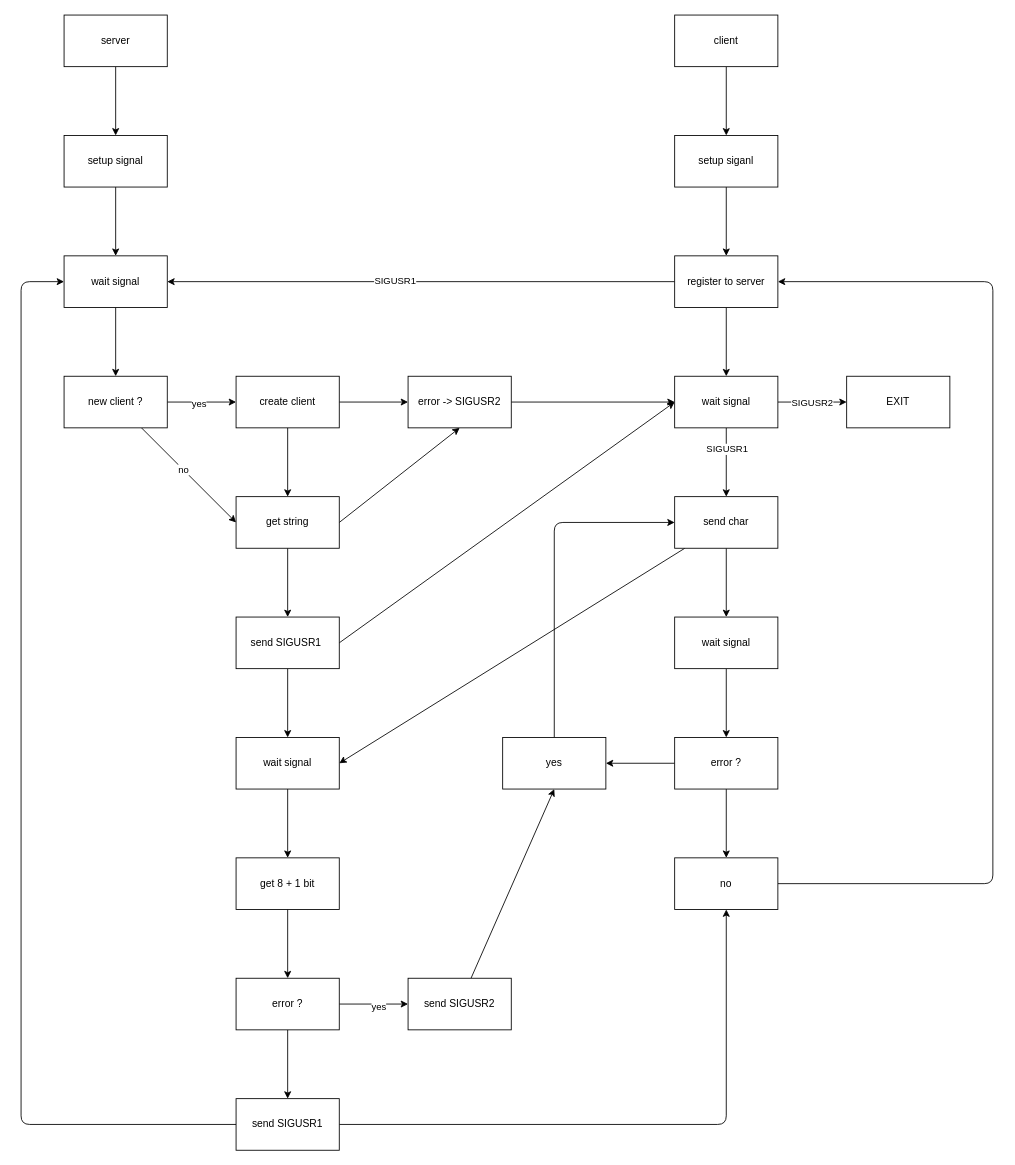
The draw.io diagram rank-2/minitalk/V2/minitalk.drawio in Chahalor/40-to-home, before the edit. Source tidied: cells renumbered, new cells numbered last; positions are measured from the earlier drawing's top-left corner, leaving out a move shared by most shapes. Both pictures are drawn from the tidied source at 86%, with x=0, y=0 at pixel (21, 15).
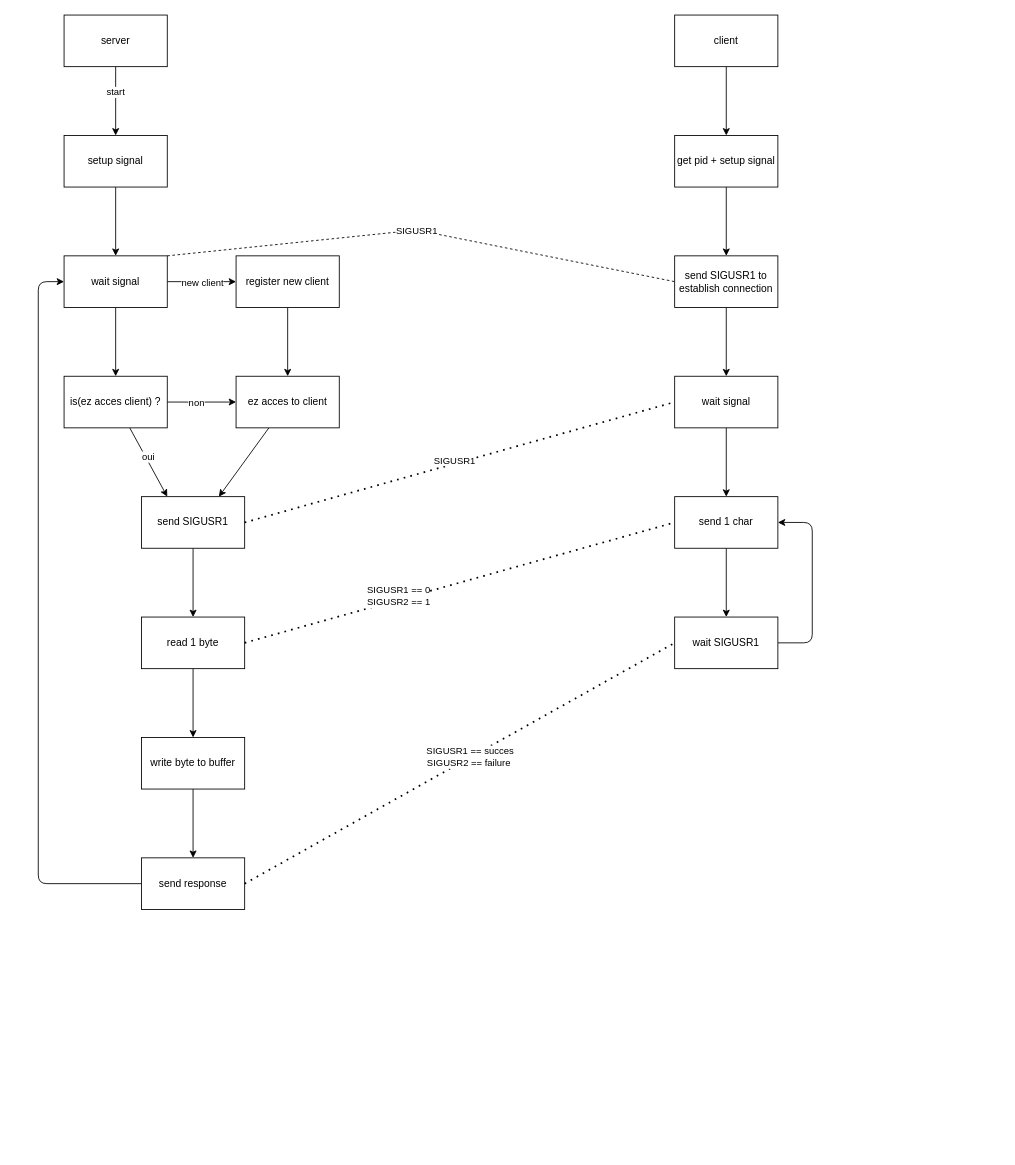
Above is the later version.

Unchanged cells that the change refers to:
```xml
<mxCell id="2" style="edgeStyle=none;html=1;" parent="1" edge="1" source="3" target="5">
  <mxGeometry relative="1" as="geometry" />
</mxCell>
<mxCell id="5" value="setup signal" style="whiteSpace=wrap;html=1;rounded=0;" parent="1" vertex="1">
  <mxGeometry x="50" y="140" width="120" height="60" as="geometry" />
</mxCell>
<mxCell id="9" value="client" style="rounded=0;whiteSpace=wrap;html=1;" parent="1" vertex="1">
  <mxGeometry x="760" width="120" height="60" as="geometry" />
</mxCell>
```

Change to the diagram source:
```diff
@@
+    <mxCell id="63" value="start" style="edgeLabel;html=1;align=center;verticalAlign=middle;" parent="2" vertex="1">
+      <mxGeometry x="-0.27" y="-1" relative="1" as="geometry" />
+    </mxCell>
@@
-    <mxCell id="4" style="edgeStyle=none;html=1;" parent="1" edge="1" source="5" target="7">
-      <mxGeometry relative="1" as="geometry" />
-    </mxCell>
+    <mxCell id="64" style="edgeStyle=none;html=1;" parent="1" edge="1" source="5" target="68">
+      <mxGeometry relative="1" as="geometry" />
+    </mxCell>
@@
-    <mxCell id="6" style="edgeStyle=none;html=1;" parent="1" edge="1" source="7" target="20">
-      <mxGeometry relative="1" as="geometry" />
-    </mxCell>
-    <mxCell id="7" value="wait signal" style="whiteSpace=wrap;html=1;rounded=0;" parent="1" vertex="1">
-      <mxGeometry x="50" y="280" width="120" height="60" as="geometry" />
-    </mxCell>
-    <mxCell id="8" style="edgeStyle=none;html=1;" parent="1" edge="1" source="9" target="11">
-      <mxGeometry relative="1" as="geometry" />
-    </mxCell>
+    <mxCell id="65" style="edgeStyle=none;html=1;" parent="1" edge="1" source="68" target="70">
+      <mxGeometry relative="1" as="geometry" />
+    </mxCell>
+    <mxCell id="66" value="new client" style="edgeLabel;html=1;align=center;verticalAlign=middle;" parent="65" vertex="1">
+      <mxGeometry x="-0.45" y="1" relative="1" as="geometry">
+        <mxPoint x="18" y="1" as="offset" />
+      </mxGeometry>
+    </mxCell>
+    <mxCell id="67" style="edgeStyle=none;html=1;" parent="1" edge="1" source="68" target="84">
+      <mxGeometry relative="1" as="geometry" />
+    </mxCell>
+    <mxCell id="68" value="wait signal" style="whiteSpace=wrap;html=1;rounded=0;" parent="1" vertex="1">
+      <mxGeometry x="50" y="280" width="120" height="60" as="geometry" />
+    </mxCell>
+    <mxCell id="69" style="edgeStyle=none;html=1;" parent="1" edge="1" source="70" target="79">
+      <mxGeometry relative="1" as="geometry" />
+    </mxCell>
+    <mxCell id="70" value="register new client" style="whiteSpace=wrap;html=1;rounded=0;" parent="1" vertex="1">
+      <mxGeometry x="250" y="280" width="120" height="60" as="geometry" />
+    </mxCell>
+    <mxCell id="71" style="edgeStyle=none;html=1;" parent="1" edge="1" source="9" target="73">
+      <mxGeometry relative="1" as="geometry" />
+    </mxCell>
@@
-    <mxCell id="10" style="edgeStyle=none;html=1;" parent="1" edge="1" source="11" target="15">
-      <mxGeometry relative="1" as="geometry" />
-    </mxCell>
-    <mxCell id="11" value="setup siganl" style="whiteSpace=wrap;html=1;rounded=0;" parent="1" vertex="1">
-      <mxGeometry x="760" y="140" width="120" height="60" as="geometry" />
-    </mxCell>
-    <mxCell id="12" style="edgeStyle=none;html=1;entryX=1;entryY=0.5;entryDx=0;entryDy=0;" parent="1" edge="1" source="15" target="7">
-      <mxGeometry relative="1" as="geometry" />
-    </mxCell>
-    <mxCell id="13" value="SIGUSR1" style="edgeLabel;html=1;align=center;verticalAlign=middle;" parent="12" vertex="1">
-      <mxGeometry x="0.1" y="-2" relative="1" as="geometry">
-        <mxPoint x="-1" as="offset" />
-      </mxGeometry>
-    </mxCell>
-    <mxCell id="14" style="edgeStyle=none;html=1;" parent="1" edge="1" source="15" target="34">
-      <mxGeometry relative="1" as="geometry" />
-    </mxCell>
-    <mxCell id="15" value="register to server" style="whiteSpace=wrap;html=1;rounded=0;" parent="1" vertex="1">
-      <mxGeometry x="760" y="280" width="120" height="60" as="geometry" />
-    </mxCell>
-    <mxCell id="16" style="edgeStyle=none;html=1;" parent="1" edge="1" source="20" target="23">
-      <mxGeometry relative="1" as="geometry" />
-    </mxCell>
-    <mxCell id="17" value="yes" style="edgeLabel;html=1;align=center;verticalAlign=middle;" parent="16" vertex="1">
-      <mxGeometry x="-0.1" y="-1" relative="1" as="geometry" />
-    </mxCell>
-    <mxCell id="18" style="edgeStyle=none;html=1;entryX=0;entryY=0.5;entryDx=0;entryDy=0;" parent="1" edge="1" source="20" target="26">
-      <mxGeometry relative="1" as="geometry" />
-    </mxCell>
-    <mxCell id="19" value="no" style="edgeLabel;html=1;align=center;verticalAlign=middle;" parent="18" vertex="1">
-      <mxGeometry x="-0.13" relative="1" as="geometry" />
-    </mxCell>
-    <mxCell id="20" value="new client ?" style="whiteSpace=wrap;html=1;rounded=0;" parent="1" vertex="1">
-      <mxGeometry x="50" y="420" width="120" height="60" as="geometry" />
-    </mxCell>
-    <mxCell id="21" style="edgeStyle=none;html=1;" parent="1" edge="1" source="23" target="26">
-      <mxGeometry relative="1" as="geometry" />
-    </mxCell>
-    <mxCell id="22" style="edgeStyle=none;html=1;" parent="1" edge="1" source="23" target="61">
-      <mxGeometry relative="1" as="geometry" />
-    </mxCell>
-    <mxCell id="23" value="create client" style="whiteSpace=wrap;html=1;rounded=0;" parent="1" vertex="1">
-      <mxGeometry x="250" y="420" width="120" height="60" as="geometry" />
-    </mxCell>
-    <mxCell id="24" style="edgeStyle=none;html=1;" parent="1" edge="1" source="26" target="29">
-      <mxGeometry relative="1" as="geometry" />
-    </mxCell>
-    <mxCell id="25" style="edgeStyle=none;html=1;exitX=1;exitY=0.5;exitDx=0;exitDy=0;entryX=0.5;entryY=1;entryDx=0;entryDy=0;" parent="1" edge="1" source="26" target="61">
-      <mxGeometry relative="1" as="geometry" />
-    </mxCell>
-    <mxCell id="26" value="get string" style="whiteSpace=wrap;html=1;rounded=0;" parent="1" vertex="1">
-      <mxGeometry x="250" y="560" width="120" height="60" as="geometry" />
-    </mxCell>
-    <mxCell id="27" style="edgeStyle=none;html=1;entryX=0;entryY=0.5;entryDx=0;entryDy=0;exitX=1;exitY=0.5;exitDx=0;exitDy=0;" parent="1" edge="1" source="29" target="34">
-      <mxGeometry relative="1" as="geometry" />
-    </mxCell>
-    <mxCell id="28" style="edgeStyle=none;html=1;" parent="1" edge="1" source="29" target="36">
-      <mxGeometry relative="1" as="geometry" />
-    </mxCell>
-    <mxCell id="29" value="send SIGUSR1&amp;nbsp;" style="whiteSpace=wrap;html=1;rounded=0;" parent="1" vertex="1">
-      <mxGeometry x="250" y="700" width="120" height="60" as="geometry" />
-    </mxCell>
-    <mxCell id="30" style="edgeStyle=none;html=1;" parent="1" edge="1" source="34" target="47">
-      <mxGeometry relative="1" as="geometry" />
-    </mxCell>
-    <mxCell id="31" value="SIGUSR1" style="edgeLabel;html=1;align=center;verticalAlign=middle;" parent="30" vertex="1">
-      <mxGeometry x="-0.4" relative="1" as="geometry" />
-    </mxCell>
-    <mxCell id="32" style="edgeStyle=none;html=1;" parent="1" edge="1" source="34" target="62">
-      <mxGeometry relative="1" as="geometry" />
-    </mxCell>
-    <mxCell id="33" value="SIGUSR2" style="edgeLabel;html=1;align=center;verticalAlign=middle;" parent="32" vertex="1">
-      <mxGeometry x="0.21" y="-1" relative="1" as="geometry">
-        <mxPoint x="-9" y="-1" as="offset" />
-      </mxGeometry>
-    </mxCell>
-    <mxCell id="34" value="wait signal" style="whiteSpace=wrap;html=1;rounded=0;" parent="1" vertex="1">
-      <mxGeometry x="760" y="420" width="120" height="60" as="geometry" />
-    </mxCell>
-    <mxCell id="35" style="edgeStyle=none;html=1;" parent="1" edge="1" source="36" target="38">
-      <mxGeometry relative="1" as="geometry" />
-    </mxCell>
-    <mxCell id="36" value="wait signal" style="whiteSpace=wrap;html=1;rounded=0;" parent="1" vertex="1">
-      <mxGeometry x="250" y="840" width="120" height="60" as="geometry" />
-    </mxCell>
-    <mxCell id="37" style="edgeStyle=none;html=1;" parent="1" edge="1" source="38" target="42">
-      <mxGeometry relative="1" as="geometry" />
-    </mxCell>
-    <mxCell id="38" value="get 8 + 1 bit" style="whiteSpace=wrap;html=1;rounded=0;" parent="1" vertex="1">
-      <mxGeometry x="250" y="980" width="120" height="60" as="geometry" />
-    </mxCell>
-    <mxCell id="39" style="edgeStyle=none;html=1;" parent="1" edge="1" source="42" target="44">
-      <mxGeometry relative="1" as="geometry" />
-    </mxCell>
-    <mxCell id="40" value="yes" style="edgeLabel;html=1;align=center;verticalAlign=middle;" parent="39" vertex="1">
-      <mxGeometry x="0.12" y="-2" relative="1" as="geometry" />
-    </mxCell>
-    <mxCell id="41" style="edgeStyle=none;html=1;" parent="1" edge="1" source="42" target="59">
-      <mxGeometry relative="1" as="geometry" />
-    </mxCell>
-    <mxCell id="42" value="error ?" style="whiteSpace=wrap;html=1;rounded=0;" parent="1" vertex="1">
-      <mxGeometry x="250" y="1120" width="120" height="60" as="geometry" />
-    </mxCell>
-    <mxCell id="43" style="edgeStyle=none;html=1;entryX=0.5;entryY=1;entryDx=0;entryDy=0;" parent="1" edge="1" source="44" target="54">
-      <mxGeometry relative="1" as="geometry" />
-    </mxCell>
-    <mxCell id="44" value="send SIGUSR2" style="whiteSpace=wrap;html=1;rounded=0;" parent="1" vertex="1">
-      <mxGeometry x="450" y="1120" width="120" height="60" as="geometry" />
-    </mxCell>
-    <mxCell id="45" style="edgeStyle=none;html=1;entryX=1;entryY=0.5;entryDx=0;entryDy=0;" parent="1" edge="1" source="47" target="36">
-      <mxGeometry relative="1" as="geometry" />
-    </mxCell>
-    <mxCell id="46" style="edgeStyle=none;html=1;" parent="1" edge="1" source="47" target="49">
-      <mxGeometry relative="1" as="geometry" />
-    </mxCell>
-    <mxCell id="47" value="send char" style="whiteSpace=wrap;html=1;rounded=0;" parent="1" vertex="1">
-      <mxGeometry x="760" y="560" width="120" height="60" as="geometry" />
-    </mxCell>
-    <mxCell id="48" style="edgeStyle=none;html=1;" parent="1" edge="1" source="49" target="52">
-      <mxGeometry relative="1" as="geometry" />
-    </mxCell>
-    <mxCell id="49" value="wait signal" style="whiteSpace=wrap;html=1;rounded=0;" parent="1" vertex="1">
-      <mxGeometry x="760" y="700" width="120" height="60" as="geometry" />
-    </mxCell>
-    <mxCell id="50" style="edgeStyle=none;html=1;" parent="1" edge="1" source="52" target="54">
-      <mxGeometry relative="1" as="geometry" />
-    </mxCell>
-    <mxCell id="51" style="edgeStyle=none;html=1;" parent="1" edge="1" source="52" target="56">
-      <mxGeometry relative="1" as="geometry" />
-    </mxCell>
-    <mxCell id="52" value="error ?" style="whiteSpace=wrap;html=1;rounded=0;" parent="1" vertex="1">
-      <mxGeometry x="760" y="840" width="120" height="60" as="geometry" />
-    </mxCell>
-    <mxCell id="53" style="edgeStyle=none;html=1;entryX=0;entryY=0.5;entryDx=0;entryDy=0;" parent="1" edge="1" source="54" target="47">
-      <mxGeometry relative="1" as="geometry">
-        <Array as="points">
-          <mxPoint x="620" y="590" />
-        </Array>
-      </mxGeometry>
-    </mxCell>
-    <mxCell id="54" value="yes" style="whiteSpace=wrap;html=1;rounded=0;" parent="1" vertex="1">
-      <mxGeometry x="560" y="840" width="120" height="60" as="geometry" />
-    </mxCell>
-    <mxCell id="55" style="edgeStyle=none;html=1;entryX=1;entryY=0.5;entryDx=0;entryDy=0;exitX=1;exitY=0.5;exitDx=0;exitDy=0;" parent="1" edge="1" source="56" target="15">
-      <mxGeometry relative="1" as="geometry">
-        <Array as="points">
-          <mxPoint x="1130" y="1010" />
-          <mxPoint x="1130" y="310" />
-        </Array>
-      </mxGeometry>
-    </mxCell>
-    <mxCell id="56" value="no" style="whiteSpace=wrap;html=1;rounded=0;" parent="1" vertex="1">
-      <mxGeometry x="760" y="980" width="120" height="60" as="geometry" />
-    </mxCell>
-    <mxCell id="57" style="edgeStyle=none;html=1;entryX=0.5;entryY=1;entryDx=0;entryDy=0;" parent="1" edge="1" source="59" target="56">
-      <mxGeometry relative="1" as="geometry">
-        <Array as="points">
-          <mxPoint x="820" y="1290" />
-        </Array>
-      </mxGeometry>
-    </mxCell>
-    <mxCell id="58" style="edgeStyle=none;html=1;entryX=0;entryY=0.5;entryDx=0;entryDy=0;" parent="1" edge="1" source="59" target="7">
-      <mxGeometry relative="1" as="geometry">
-        <Array as="points">
-          <mxPoint y="1290" />
-          <mxPoint y="310" />
-        </Array>
-      </mxGeometry>
-    </mxCell>
+    <mxCell id="72" style="edgeStyle=none;html=1;" parent="1" edge="1" source="73" target="75">
+      <mxGeometry relative="1" as="geometry" />
+    </mxCell>
+    <mxCell id="73" value="get pid + setup signal" style="whiteSpace=wrap;html=1;rounded=0;" parent="1" vertex="1">
+      <mxGeometry x="760" y="140" width="120" height="60" as="geometry" />
+    </mxCell>
+    <mxCell id="74" style="edgeStyle=none;html=1;" parent="1" edge="1" source="75" target="89">
+      <mxGeometry relative="1" as="geometry" />
+    </mxCell>
+    <mxCell id="75" value="send SIGUSR1 to establish connection" style="whiteSpace=wrap;html=1;rounded=0;" parent="1" vertex="1">
+      <mxGeometry x="760" y="280" width="120" height="60" as="geometry" />
+    </mxCell>
+    <mxCell id="76" style="endArrow=none;dashed=1;html=1;entryX=0;entryY=0.5;entryDx=0;entryDy=0;exitX=1;exitY=0;exitDx=0;exitDy=0;" parent="1" edge="1" source="68" target="75">
+      <mxGeometry relative="1" as="geometry">
+        <Array as="points">
+          <mxPoint x="460" y="250" />
+        </Array>
+      </mxGeometry>
+    </mxCell>
+    <mxCell id="77" value="SIGUSR1" style="edgeLabel;html=1;align=center;verticalAlign=middle;" parent="76" vertex="1">
+      <mxGeometry x="0.03" y="-1" relative="1" as="geometry">
+        <mxPoint x="-16" y="-4" as="offset" />
+      </mxGeometry>
+    </mxCell>
+    <mxCell id="78" style="edgeStyle=none;html=1;entryX=0.75;entryY=0;entryDx=0;entryDy=0;" parent="1" edge="1" source="79" target="59">
+      <mxGeometry relative="1" as="geometry" />
+    </mxCell>
+    <mxCell id="79" value="ez acces to client" style="whiteSpace=wrap;html=1;rounded=0;" parent="1" vertex="1">
+      <mxGeometry x="250" y="420" width="120" height="60" as="geometry" />
+    </mxCell>
+    <mxCell id="80" style="edgeStyle=none;html=1;entryX=0;entryY=0.5;entryDx=0;entryDy=0;" parent="1" edge="1" source="84" target="79">
+      <mxGeometry relative="1" as="geometry" />
+    </mxCell>
+    <mxCell id="81" value="non" style="edgeLabel;html=1;align=center;verticalAlign=middle;" parent="80" vertex="1">
+      <mxGeometry x="-0.16" relative="1" as="geometry">
+        <mxPoint x="-1" as="offset" />
+      </mxGeometry>
+    </mxCell>
+    <mxCell id="82" style="edgeStyle=none;html=1;entryX=0.25;entryY=0;entryDx=0;entryDy=0;" parent="1" edge="1" source="84" target="59">
+      <mxGeometry relative="1" as="geometry" />
+    </mxCell>
+    <mxCell id="83" value="oui" style="edgeLabel;html=1;align=center;verticalAlign=middle;" parent="82" vertex="1">
+      <mxGeometry x="-0.12" y="3" relative="1" as="geometry">
+        <mxPoint x="-1" as="offset" />
+      </mxGeometry>
+    </mxCell>
+    <mxCell id="84" value="is(ez acces client) ?" style="whiteSpace=wrap;html=1;rounded=0;" parent="1" vertex="1">
+      <mxGeometry x="50" y="420" width="120" height="60" as="geometry" />
+    </mxCell>
+    <mxCell id="85" style="edgeStyle=none;html=1;" parent="1" edge="1" source="59" target="91">
+      <mxGeometry relative="1" as="geometry" />
+    </mxCell>
     <mxCell id="59" value="send SIGUSR1" style="whiteSpace=wrap;html=1;rounded=0;" parent="1" vertex="1">
-      <mxGeometry x="250" y="1260" width="120" height="60" as="geometry" />
+      <mxGeometry x="140" y="560" width="120" height="60" as="geometry" />
     </mxCell>
-    <mxCell id="60" style="edgeStyle=none;html=1;entryX=0;entryY=0.5;entryDx=0;entryDy=0;" parent="1" edge="1" source="61" target="34">
-      <mxGeometry relative="1" as="geometry" />
-    </mxCell>
-    <mxCell id="61" value="error -&amp;gt; SIGUSR2" style="whiteSpace=wrap;html=1;rounded=0;" parent="1" vertex="1">
-      <mxGeometry x="450" y="420" width="120" height="60" as="geometry" />
-    </mxCell>
-    <mxCell id="62" value="EXIT" style="whiteSpace=wrap;html=1;rounded=0;" parent="1" vertex="1">
-      <mxGeometry x="960" y="420" width="120" height="60" as="geometry" />
-    </mxCell>
+    <mxCell id="86" style="endArrow=none;dashed=1;html=1;dashPattern=1 3;strokeWidth=2;exitX=1;exitY=0.5;exitDx=0;exitDy=0;entryX=0;entryY=0.5;entryDx=0;entryDy=0;" parent="1" edge="1" source="59" target="89">
+      <mxGeometry relative="1" as="geometry" />
+    </mxCell>
+    <mxCell id="87" value="SIGUSR1" style="edgeLabel;html=1;align=center;verticalAlign=middle;" parent="86" vertex="1">
+      <mxGeometry x="-0.02" y="4" relative="1" as="geometry" />
+    </mxCell>
+    <mxCell id="88" style="edgeStyle=none;html=1;" parent="1" edge="1" source="89" target="93">
+      <mxGeometry relative="1" as="geometry" />
+    </mxCell>
+    <mxCell id="89" value="wait signal" style="whiteSpace=wrap;html=1;rounded=0;" parent="1" vertex="1">
+      <mxGeometry x="760" y="420" width="120" height="60" as="geometry" />
+    </mxCell>
+    <mxCell id="90" style="edgeStyle=none;html=1;" parent="1" edge="1" source="91" target="95">
+      <mxGeometry relative="1" as="geometry" />
+    </mxCell>
+    <mxCell id="91" value="read 1 byte" style="whiteSpace=wrap;html=1;rounded=0;" parent="1" vertex="1">
+      <mxGeometry x="140" y="700" width="120" height="60" as="geometry" />
+    </mxCell>
+    <mxCell id="92" style="edgeStyle=none;html=1;" parent="1" edge="1" source="93" target="99">
+      <mxGeometry relative="1" as="geometry" />
+    </mxCell>
+    <mxCell id="93" value="send 1 char" style="whiteSpace=wrap;html=1;rounded=0;" parent="1" vertex="1">
+      <mxGeometry x="760" y="560" width="120" height="60" as="geometry" />
+    </mxCell>
+    <mxCell id="94" style="edgeStyle=none;html=1;" parent="1" edge="1" source="95" target="101">
+      <mxGeometry relative="1" as="geometry" />
+    </mxCell>
+    <mxCell id="95" value="write byte to buffer" style="whiteSpace=wrap;html=1;rounded=0;" parent="1" vertex="1">
+      <mxGeometry x="140" y="840" width="120" height="60" as="geometry" />
+    </mxCell>
+    <mxCell id="96" style="endArrow=none;dashed=1;html=1;dashPattern=1 3;strokeWidth=2;entryX=0;entryY=0.5;entryDx=0;entryDy=0;exitX=1;exitY=0.5;exitDx=0;exitDy=0;" parent="1" edge="1" source="91" target="93">
+      <mxGeometry relative="1" as="geometry" />
+    </mxCell>
+    <mxCell id="97" value="SIGUSR1 == 0&lt;br&gt;SIGUSR2 == 1" style="edgeLabel;html=1;align=center;verticalAlign=middle;" parent="96" vertex="1">
+      <mxGeometry x="-0.28" y="4" relative="1" as="geometry" />
+    </mxCell>
+    <mxCell id="98" style="edgeStyle=none;html=1;entryX=1;entryY=0.5;entryDx=0;entryDy=0;exitX=1;exitY=0.5;exitDx=0;exitDy=0;" parent="1" edge="1" source="99" target="93">
+      <mxGeometry relative="1" as="geometry">
+        <Array as="points">
+          <mxPoint x="920" y="730" />
+          <mxPoint x="920" y="590" />
+        </Array>
+      </mxGeometry>
+    </mxCell>
+    <mxCell id="99" value="wait SIGUSR1" style="whiteSpace=wrap;html=1;rounded=0;" parent="1" vertex="1">
+      <mxGeometry x="760" y="700" width="120" height="60" as="geometry" />
+    </mxCell>
+    <mxCell id="100" style="edgeStyle=none;html=1;entryX=0;entryY=0.5;entryDx=0;entryDy=0;" parent="1" edge="1" source="101" target="68">
+      <mxGeometry relative="1" as="geometry">
+        <Array as="points">
+          <mxPoint x="20" y="1010" />
+          <mxPoint x="20" y="310" />
+        </Array>
+      </mxGeometry>
+    </mxCell>
+    <mxCell id="101" value="send response" style="whiteSpace=wrap;html=1;rounded=0;" parent="1" vertex="1">
+      <mxGeometry x="140" y="980" width="120" height="60" as="geometry" />
+    </mxCell>
+    <mxCell id="102" style="endArrow=none;dashed=1;html=1;dashPattern=1 3;strokeWidth=2;exitX=1;exitY=0.5;exitDx=0;exitDy=0;entryX=0;entryY=0.5;entryDx=0;entryDy=0;" parent="1" edge="1" source="101" target="99">
+      <mxGeometry relative="1" as="geometry" />
+    </mxCell>
+    <mxCell id="103" value="SIGUSR1 == succes&lt;br&gt;SIGUSR2 == failure&amp;nbsp;" style="edgeLabel;html=1;align=center;verticalAlign=middle;" parent="102" vertex="1">
+      <mxGeometry x="0.05" relative="1" as="geometry">
+        <mxPoint x="-1" as="offset" />
+      </mxGeometry>
+    </mxCell>
```
